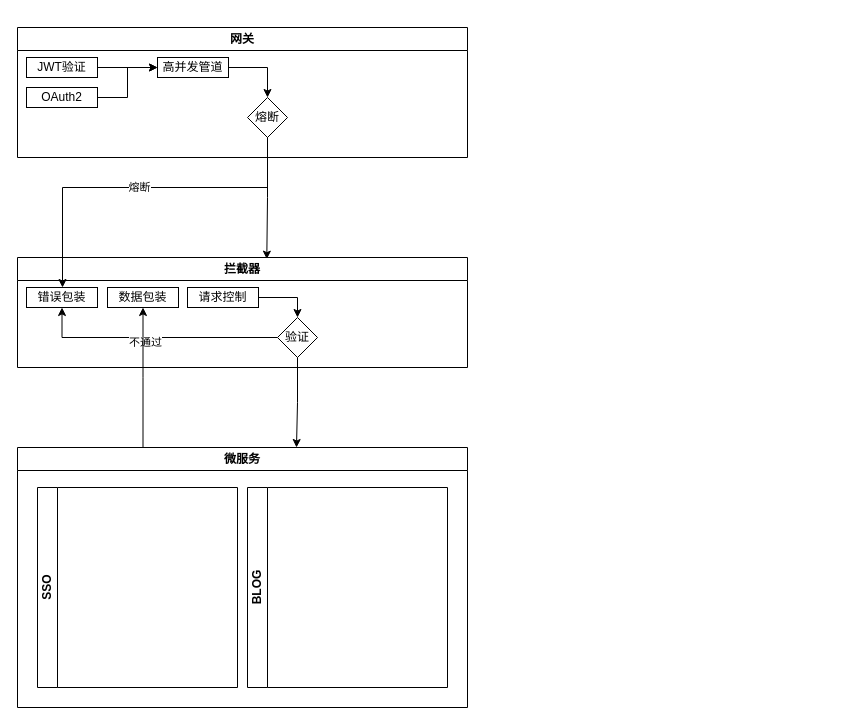
This is 未命名绘图.drawio from Funny002/nest-vue-blog, a draw.io file, before an edit. Source tidied: cells renumbered, new cells numbered last; positions are measured from the earlier drawing's top-left corner, leaving out a move shared by most shapes. Both pictures are drawn from the tidied source at 100%, with x=0, y=0 at pixel (17, 27).
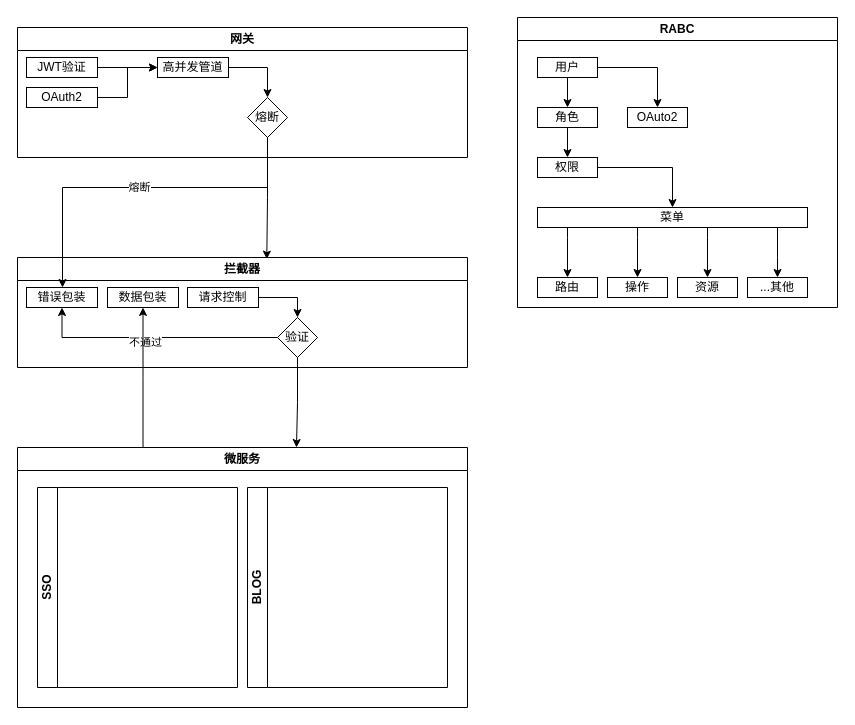
The same page after the edit.

The edit, as a diff of the source:
```diff
@@
+    <mxCell id="25" value="RABC" style="swimlane;whiteSpace=wrap;html=1;" parent="1" vertex="1">
+      <mxGeometry x="500" y="-10" width="320" height="290" as="geometry" />
+    </mxCell>
+    <mxCell id="26" value="权限" style="rounded=0;whiteSpace=wrap;html=1;" parent="25" vertex="1">
+      <mxGeometry x="20" y="140" width="60" height="20" as="geometry" />
+    </mxCell>
+    <mxCell id="27" value="用户" style="rounded=0;whiteSpace=wrap;html=1;" parent="25" vertex="1">
+      <mxGeometry x="20" y="40" width="60" height="20" as="geometry" />
+    </mxCell>
+    <mxCell id="28" style="edgeStyle=orthogonalEdgeStyle;rounded=0;jettySize=auto;html=1;" parent="25" edge="1" source="29" target="26">
+      <mxGeometry relative="1" as="geometry" />
+    </mxCell>
+    <mxCell id="29" value="&lt;div&gt;角色&lt;/div&gt;" style="rounded=0;whiteSpace=wrap;html=1;" parent="25" vertex="1">
+      <mxGeometry x="20" y="90" width="60" height="20" as="geometry" />
+    </mxCell>
+    <mxCell id="30" style="edgeStyle=orthogonalEdgeStyle;rounded=0;jettySize=auto;html=1;" parent="25" edge="1" source="27" target="29">
+      <mxGeometry relative="1" as="geometry" />
+    </mxCell>
+    <mxCell id="31" value="&lt;div&gt;OAuto2&lt;/div&gt;" style="rounded=0;whiteSpace=wrap;html=1;" parent="25" vertex="1">
+      <mxGeometry x="110" y="90" width="60" height="20" as="geometry" />
+    </mxCell>
+    <mxCell id="32" style="edgeStyle=orthogonalEdgeStyle;rounded=0;jettySize=auto;html=1;entryX=0.5;entryY=0;entryDx=0;entryDy=0;" parent="25" edge="1" source="27" target="31">
+      <mxGeometry relative="1" as="geometry" />
+    </mxCell>
+    <mxCell id="33" style="edgeStyle=orthogonalEdgeStyle;rounded=0;jettySize=auto;html=1;" parent="25" edge="1" source="37" target="39">
+      <mxGeometry relative="1" as="geometry">
+        <Array as="points">
+          <mxPoint x="50" y="220" />
+          <mxPoint x="50" y="220" />
+        </Array>
+      </mxGeometry>
+    </mxCell>
+    <mxCell id="34" style="edgeStyle=orthogonalEdgeStyle;rounded=0;jettySize=auto;html=1;" parent="25" edge="1" source="37" target="40">
+      <mxGeometry relative="1" as="geometry">
+        <Array as="points">
+          <mxPoint x="120" y="220" />
+          <mxPoint x="120" y="220" />
+        </Array>
+      </mxGeometry>
+    </mxCell>
+    <mxCell id="35" style="edgeStyle=orthogonalEdgeStyle;rounded=0;jettySize=auto;html=1;" parent="25" edge="1" source="37" target="41">
+      <mxGeometry relative="1" as="geometry">
+        <Array as="points">
+          <mxPoint x="190" y="220" />
+          <mxPoint x="190" y="220" />
+        </Array>
+      </mxGeometry>
+    </mxCell>
+    <mxCell id="36" style="edgeStyle=orthogonalEdgeStyle;rounded=0;jettySize=auto;html=1;" parent="25" edge="1" source="37" target="42">
+      <mxGeometry relative="1" as="geometry">
+        <Array as="points">
+          <mxPoint x="260" y="240" />
+          <mxPoint x="260" y="240" />
+        </Array>
+      </mxGeometry>
+    </mxCell>
+    <mxCell id="37" value="菜单" style="rounded=0;whiteSpace=wrap;html=1;" parent="25" vertex="1">
+      <mxGeometry x="20" y="190" width="270" height="20" as="geometry" />
+    </mxCell>
+    <mxCell id="38" style="edgeStyle=orthogonalEdgeStyle;rounded=0;jettySize=auto;html=1;" parent="25" edge="1" source="26" target="37">
+      <mxGeometry relative="1" as="geometry">
+        <Array as="points">
+          <mxPoint x="155" y="150" />
+        </Array>
+      </mxGeometry>
+    </mxCell>
+    <mxCell id="39" value="路由" style="rounded=0;whiteSpace=wrap;html=1;" parent="25" vertex="1">
+      <mxGeometry x="20" y="260" width="60" height="20" as="geometry" />
+    </mxCell>
+    <mxCell id="40" value="操作" style="rounded=0;whiteSpace=wrap;html=1;" parent="25" vertex="1">
+      <mxGeometry x="90" y="260" width="60" height="20" as="geometry" />
+    </mxCell>
+    <mxCell id="41" value="资源" style="rounded=0;whiteSpace=wrap;html=1;" parent="25" vertex="1">
+      <mxGeometry x="160" y="260" width="60" height="20" as="geometry" />
+    </mxCell>
+    <mxCell id="42" value="...其他" style="rounded=0;whiteSpace=wrap;html=1;" parent="25" vertex="1">
+      <mxGeometry x="230" y="260" width="60" height="20" as="geometry" />
+    </mxCell>
```
